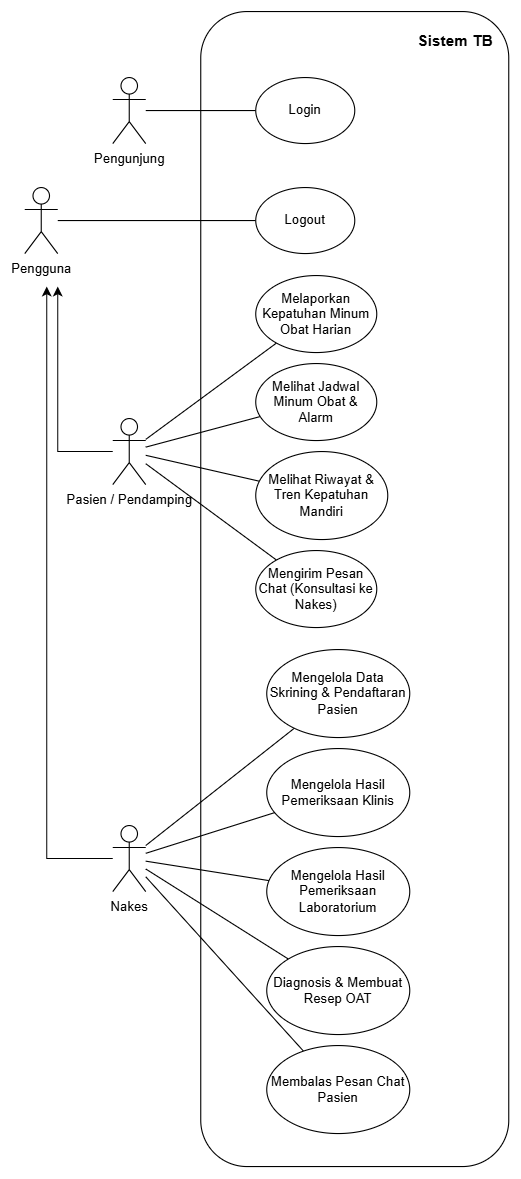
novandrawichdafarun/sistem-informasi-tuberkulosis keeps this draw.io diagram as docs/Use Case Diagram Sistem TB.drawio.png. Above is the earlier version. Source tidied: cells renumbered, new cells last; positions are measured from the earlier drawing's top-left corner, leaving out a move shared by most shapes. Its diagram source:
```xml
<mxGraphModel>
  <root>
    <mxCell id="0" />
    <mxCell id="1" parent="0" />
    <mxCell id="2" value="&lt;font style=&quot;font-size: 14px;&quot;&gt;&lt;b&gt;Sistem TB&lt;/b&gt;&lt;/font&gt;" style="rounded=1;whiteSpace=wrap;html=1;gradientColor=none;perimeterSpacing=20;strokeWidth=1;shadow=0;glass=0;align=right;fontFamily=Helvetica;horizontal=1;verticalAlign=top;labelPosition=center;verticalLabelPosition=middle;spacing=14;" parent="1" vertex="1">
      <mxGeometry x="160" width="280" height="1050" as="geometry" />
    </mxCell>
    <mxCell id="3" style="edgeStyle=orthogonalEdgeStyle;rounded=0;jettySize=auto;html=1;strokeWidth=1;endArrow=none;endFill=0;" parent="1" edge="1" source="4" target="5">
      <mxGeometry relative="1" as="geometry" />
    </mxCell>
    <mxCell id="4" value="&lt;font&gt;Pengunjung&lt;/font&gt;" style="shape=umlActor;verticalLabelPosition=bottom;verticalAlign=top;html=1;outlineConnect=0;strokeWidth=1;" parent="1" vertex="1">
      <mxGeometry x="80" y="60" width="30" height="60" as="geometry" />
    </mxCell>
    <mxCell id="5" value="Login" style="ellipse;whiteSpace=wrap;html=1;strokeWidth=1;" parent="1" vertex="1">
      <mxGeometry x="210" y="60" width="90" height="60" as="geometry" />
    </mxCell>
    <mxCell id="6" style="edgeStyle=orthogonalEdgeStyle;rounded=0;jettySize=auto;html=1;endArrow=none;endFill=0;" parent="1" edge="1" source="7" target="8">
      <mxGeometry relative="1" as="geometry" />
    </mxCell>
    <mxCell id="7" value="&lt;font&gt;Pengguna&lt;/font&gt;" style="shape=umlActor;verticalLabelPosition=bottom;verticalAlign=top;html=1;outlineConnect=0;strokeWidth=1;" parent="1" vertex="1">
      <mxGeometry y="160" width="30" height="60" as="geometry" />
    </mxCell>
    <mxCell id="8" value="Logout" style="ellipse;whiteSpace=wrap;html=1;strokeWidth=1;" parent="1" vertex="1">
      <mxGeometry x="210" y="160" width="90" height="60" as="geometry" />
    </mxCell>
    <mxCell id="9" style="rounded=0;jettySize=auto;html=1;endArrow=none;endFill=0;" parent="1" edge="1" source="14" target="15">
      <mxGeometry relative="1" as="geometry" />
    </mxCell>
    <mxCell id="10" style="edgeStyle=orthogonalEdgeStyle;rounded=0;jettySize=auto;html=1;" parent="1" edge="1" source="14">
      <mxGeometry relative="1" as="geometry">
        <mxPoint x="30" y="250" as="targetPoint" />
      </mxGeometry>
    </mxCell>
    <mxCell id="11" style="rounded=0;jettySize=auto;html=1;endArrow=none;endFill=0;" parent="1" edge="1" source="14" target="16">
      <mxGeometry relative="1" as="geometry" />
    </mxCell>
    <mxCell id="12" style="rounded=0;jettySize=auto;html=1;endArrow=none;endFill=0;" parent="1" edge="1" source="14" target="17">
      <mxGeometry relative="1" as="geometry" />
    </mxCell>
    <mxCell id="13" style="rounded=0;jettySize=auto;html=1;endArrow=none;endFill=0;" parent="1" edge="1" source="14" target="18">
      <mxGeometry relative="1" as="geometry" />
    </mxCell>
    <mxCell id="14" value="&lt;font&gt;Pasien / Pendamping&lt;/font&gt;" style="shape=umlActor;verticalLabelPosition=bottom;verticalAlign=top;html=1;outlineConnect=0;strokeWidth=1;" parent="1" vertex="1">
      <mxGeometry x="80" y="370" width="30" height="60" as="geometry" />
    </mxCell>
    <mxCell id="15" value="Melaporkan Kepatuhan Minum Obat Harian" style="ellipse;whiteSpace=wrap;html=1;strokeWidth=1;" parent="1" vertex="1">
      <mxGeometry x="210" y="240" width="110" height="70" as="geometry" />
    </mxCell>
    <mxCell id="16" value="Melihat Jadwal Minum Obat &amp;amp; Alarm" style="ellipse;whiteSpace=wrap;html=1;strokeWidth=1;" parent="1" vertex="1">
      <mxGeometry x="210" y="320" width="110" height="70" as="geometry" />
    </mxCell>
    <mxCell id="17" value="Melihat Riwayat &amp;amp; Tren Kepatuhan Mandiri" style="ellipse;whiteSpace=wrap;html=1;strokeWidth=1;" parent="1" vertex="1">
      <mxGeometry x="210" y="400" width="120" height="80" as="geometry" />
    </mxCell>
    <mxCell id="18" value="Mengirim Pesan Chat (Konsultasi ke Nakes)" style="ellipse;whiteSpace=wrap;html=1;strokeWidth=1;" parent="1" vertex="1">
      <mxGeometry x="210" y="490" width="110" height="70" as="geometry" />
    </mxCell>
    <mxCell id="19" style="rounded=0;jettySize=auto;html=1;endArrow=none;endFill=0;" parent="1" edge="1" source="25" target="26">
      <mxGeometry relative="1" as="geometry" />
    </mxCell>
    <mxCell id="20" style="rounded=0;jettySize=auto;html=1;endArrow=none;endFill=0;" parent="1" edge="1" source="25" target="27">
      <mxGeometry relative="1" as="geometry" />
    </mxCell>
    <mxCell id="21" style="rounded=0;jettySize=auto;html=1;endArrow=none;endFill=0;" parent="1" edge="1" source="25" target="28">
      <mxGeometry relative="1" as="geometry" />
    </mxCell>
    <mxCell id="22" style="rounded=0;jettySize=auto;html=1;endArrow=none;endFill=0;" parent="1" edge="1" source="25" target="29">
      <mxGeometry relative="1" as="geometry" />
    </mxCell>
    <mxCell id="23" style="rounded=0;jettySize=auto;html=1;endArrow=none;endFill=0;" parent="1" edge="1" source="25" target="30">
      <mxGeometry relative="1" as="geometry" />
    </mxCell>
    <mxCell id="24" style="edgeStyle=orthogonalEdgeStyle;rounded=0;jettySize=auto;html=1;" parent="1" edge="1" source="25">
      <mxGeometry relative="1" as="geometry">
        <mxPoint x="20" y="250" as="targetPoint" />
      </mxGeometry>
    </mxCell>
    <mxCell id="25" value="&lt;font&gt;Nakes&lt;/font&gt;" style="shape=umlActor;verticalLabelPosition=bottom;verticalAlign=top;html=1;outlineConnect=0;strokeWidth=1;" parent="1" vertex="1">
      <mxGeometry x="80" y="740" width="30" height="60" as="geometry" />
    </mxCell>
    <mxCell id="26" value="Mengelola Data Skrining &amp;amp; Pendaftaran Pasien" style="ellipse;whiteSpace=wrap;html=1;strokeWidth=1;" parent="1" vertex="1">
      <mxGeometry x="220" y="580" width="130" height="80" as="geometry" />
    </mxCell>
    <mxCell id="27" value="Mengelola Hasil Pemeriksaan Klinis" style="ellipse;whiteSpace=wrap;html=1;strokeWidth=1;" parent="1" vertex="1">
      <mxGeometry x="220" y="670" width="130" height="80" as="geometry" />
    </mxCell>
    <mxCell id="28" value="Mengelola Hasil Pemeriksaan Laboratorium" style="ellipse;whiteSpace=wrap;html=1;strokeWidth=1;" parent="1" vertex="1">
      <mxGeometry x="220" y="760" width="130" height="80" as="geometry" />
    </mxCell>
    <mxCell id="29" value="Diagnosis &amp;amp; Membuat Resep OAT" style="ellipse;whiteSpace=wrap;html=1;strokeWidth=1;" parent="1" vertex="1">
      <mxGeometry x="220" y="850" width="130" height="80" as="geometry" />
    </mxCell>
    <mxCell id="30" value="Membalas Pesan Chat Pasien" style="ellipse;whiteSpace=wrap;html=1;strokeWidth=1;" parent="1" vertex="1">
      <mxGeometry x="220" y="940" width="130" height="80" as="geometry" />
    </mxCell>
  </root>
</mxGraphModel>
```
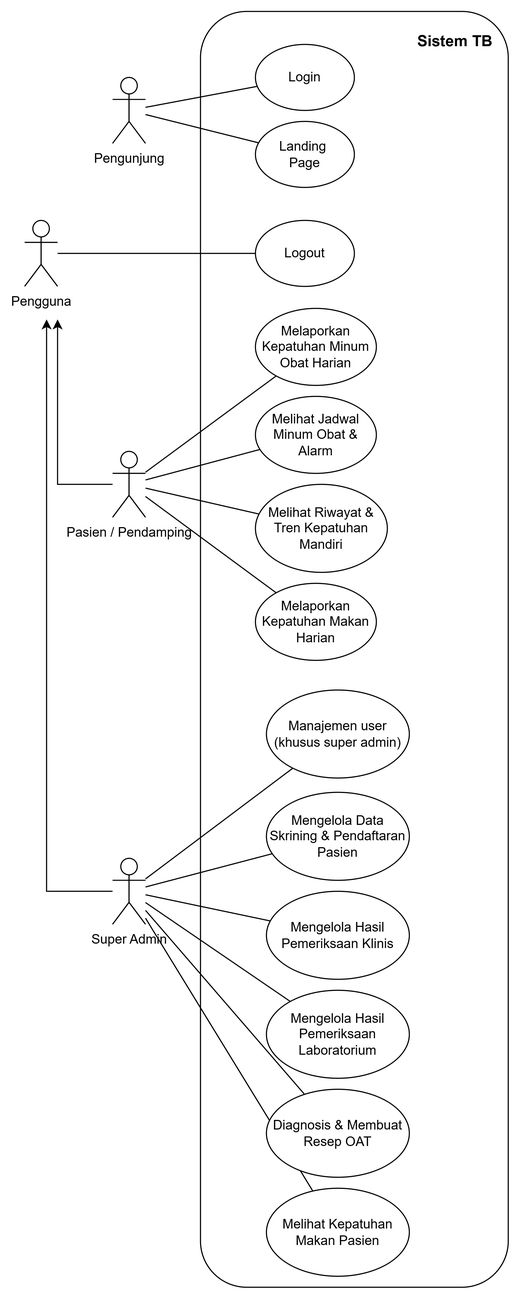
The same file after the commit.

The edit, as a diff of the source:
```diff
@@ -3,95 +3,107 @@
     <mxCell id="0" />
     <mxCell id="1" parent="0" />
     <mxCell id="2" value="&lt;font style=&quot;font-size: 14px;&quot;&gt;&lt;b&gt;Sistem TB&lt;/b&gt;&lt;/font&gt;" style="rounded=1;whiteSpace=wrap;html=1;gradientColor=none;perimeterSpacing=20;strokeWidth=1;shadow=0;glass=0;align=right;fontFamily=Helvetica;horizontal=1;verticalAlign=top;labelPosition=center;verticalLabelPosition=middle;spacing=14;" parent="1" vertex="1">
-      <mxGeometry x="160" width="280" height="1050" as="geometry" />
+      <mxGeometry x="160" width="280" height="1160" as="geometry" />
     </mxCell>
-    <mxCell id="3" style="edgeStyle=orthogonalEdgeStyle;rounded=0;jettySize=auto;html=1;strokeWidth=1;endArrow=none;endFill=0;" parent="1" edge="1" source="4" target="5">
+    <mxCell id="3" style="rounded=0;jettySize=auto;html=1;strokeWidth=1;endArrow=none;endFill=0;" parent="1" edge="1" source="4" target="5">
       <mxGeometry relative="1" as="geometry" />
     </mxCell>
+    <mxCell id="31" style="edgeStyle=none;curved=1;rounded=0;jettySize=auto;html=1;fontSize=12;startSize=8;endSize=8;endArrow=none;endFill=0;" parent="1" edge="1" source="4" target="45">
+      <mxGeometry relative="1" as="geometry" />
+    </mxCell>
     <mxCell id="4" value="&lt;font&gt;Pengunjung&lt;/font&gt;" style="shape=umlActor;verticalLabelPosition=bottom;verticalAlign=top;html=1;outlineConnect=0;strokeWidth=1;" parent="1" vertex="1">
       <mxGeometry x="80" y="60" width="30" height="60" as="geometry" />
     </mxCell>
     <mxCell id="5" value="Login" style="ellipse;whiteSpace=wrap;html=1;strokeWidth=1;" parent="1" vertex="1">
-      <mxGeometry x="210" y="60" width="90" height="60" as="geometry" />
+      <mxGeometry x="210" y="30" width="90" height="60" as="geometry" />
     </mxCell>
     <mxCell id="6" style="edgeStyle=orthogonalEdgeStyle;rounded=0;jettySize=auto;html=1;endArrow=none;endFill=0;" parent="1" edge="1" source="7" target="8">
       <mxGeometry relative="1" as="geometry" />
     </mxCell>
     <mxCell id="7" value="&lt;font&gt;Pengguna&lt;/font&gt;" style="shape=umlActor;verticalLabelPosition=bottom;verticalAlign=top;html=1;outlineConnect=0;strokeWidth=1;" parent="1" vertex="1">
-      <mxGeometry y="160" width="30" height="60" as="geometry" />
+      <mxGeometry y="190" width="30" height="60" as="geometry" />
     </mxCell>
     <mxCell id="8" value="Logout" style="ellipse;whiteSpace=wrap;html=1;strokeWidth=1;" parent="1" vertex="1">
-      <mxGeometry x="210" y="160" width="90" height="60" as="geometry" />
+      <mxGeometry x="210" y="190" width="90" height="60" as="geometry" />
     </mxCell>
     <mxCell id="9" style="rounded=0;jettySize=auto;html=1;endArrow=none;endFill=0;" parent="1" edge="1" source="14" target="15">
       <mxGeometry relative="1" as="geometry" />
     </mxCell>
-    <mxCell id="10" style="edgeStyle=orthogonalEdgeStyle;rounded=0;jettySize=auto;html=1;" parent="1" edge="1" source="14">
-      <mxGeometry relative="1" as="geometry">
-        <mxPoint x="30" y="250" as="targetPoint" />
-      </mxGeometry>
-    </mxCell>
+    <mxCell id="32" style="edgeStyle=orthogonalEdgeStyle;rounded=0;jettySize=auto;html=1;" parent="1" edge="1" source="14">
+      <mxGeometry relative="1" as="geometry">
+        <mxPoint x="30" y="280" as="targetPoint" />
+      </mxGeometry>
+    </mxCell>
     <mxCell id="11" style="rounded=0;jettySize=auto;html=1;endArrow=none;endFill=0;" parent="1" edge="1" source="14" target="16">
       <mxGeometry relative="1" as="geometry" />
     </mxCell>
     <mxCell id="12" style="rounded=0;jettySize=auto;html=1;endArrow=none;endFill=0;" parent="1" edge="1" source="14" target="17">
       <mxGeometry relative="1" as="geometry" />
     </mxCell>
-    <mxCell id="13" style="rounded=0;jettySize=auto;html=1;endArrow=none;endFill=0;" parent="1" edge="1" source="14" target="18">
-      <mxGeometry relative="1" as="geometry" />
-    </mxCell>
+    <mxCell id="33" style="rounded=0;jettySize=auto;html=1;endArrow=none;endFill=0;" parent="1" edge="1" source="14" target="34">
+      <mxGeometry relative="1" as="geometry" />
+    </mxCell>
     <mxCell id="14" value="&lt;font&gt;Pasien / Pendamping&lt;/font&gt;" style="shape=umlActor;verticalLabelPosition=bottom;verticalAlign=top;html=1;outlineConnect=0;strokeWidth=1;" parent="1" vertex="1">
-      <mxGeometry x="80" y="370" width="30" height="60" as="geometry" />
+      <mxGeometry x="80" y="400" width="30" height="60" as="geometry" />
     </mxCell>
     <mxCell id="15" value="Melaporkan Kepatuhan Minum Obat Harian" style="ellipse;whiteSpace=wrap;html=1;strokeWidth=1;" parent="1" vertex="1">
-      <mxGeometry x="210" y="240" width="110" height="70" as="geometry" />
+      <mxGeometry x="210" y="270" width="110" height="70" as="geometry" />
     </mxCell>
     <mxCell id="16" value="Melihat Jadwal Minum Obat &amp;amp; Alarm" style="ellipse;whiteSpace=wrap;html=1;strokeWidth=1;" parent="1" vertex="1">
-      <mxGeometry x="210" y="320" width="110" height="70" as="geometry" />
+      <mxGeometry x="210" y="350" width="110" height="70" as="geometry" />
     </mxCell>
     <mxCell id="17" value="Melihat Riwayat &amp;amp; Tren Kepatuhan Mandiri" style="ellipse;whiteSpace=wrap;html=1;strokeWidth=1;" parent="1" vertex="1">
-      <mxGeometry x="210" y="400" width="120" height="80" as="geometry" />
+      <mxGeometry x="210" y="430" width="120" height="80" as="geometry" />
     </mxCell>
-    <mxCell id="18" value="Mengirim Pesan Chat (Konsultasi ke Nakes)" style="ellipse;whiteSpace=wrap;html=1;strokeWidth=1;" parent="1" vertex="1">
-      <mxGeometry x="210" y="490" width="110" height="70" as="geometry" />
-    </mxCell>
-    <mxCell id="19" style="rounded=0;jettySize=auto;html=1;endArrow=none;endFill=0;" parent="1" edge="1" source="25" target="26">
-      <mxGeometry relative="1" as="geometry" />
-    </mxCell>
-    <mxCell id="20" style="rounded=0;jettySize=auto;html=1;endArrow=none;endFill=0;" parent="1" edge="1" source="25" target="27">
-      <mxGeometry relative="1" as="geometry" />
-    </mxCell>
-    <mxCell id="21" style="rounded=0;jettySize=auto;html=1;endArrow=none;endFill=0;" parent="1" edge="1" source="25" target="28">
-      <mxGeometry relative="1" as="geometry" />
-    </mxCell>
-    <mxCell id="22" style="rounded=0;jettySize=auto;html=1;endArrow=none;endFill=0;" parent="1" edge="1" source="25" target="29">
-      <mxGeometry relative="1" as="geometry" />
-    </mxCell>
-    <mxCell id="23" style="rounded=0;jettySize=auto;html=1;endArrow=none;endFill=0;" parent="1" edge="1" source="25" target="30">
-      <mxGeometry relative="1" as="geometry" />
-    </mxCell>
-    <mxCell id="24" style="edgeStyle=orthogonalEdgeStyle;rounded=0;jettySize=auto;html=1;" parent="1" edge="1" source="25">
-      <mxGeometry relative="1" as="geometry">
-        <mxPoint x="20" y="250" as="targetPoint" />
-      </mxGeometry>
-    </mxCell>
-    <mxCell id="25" value="&lt;font&gt;Nakes&lt;/font&gt;" style="shape=umlActor;verticalLabelPosition=bottom;verticalAlign=top;html=1;outlineConnect=0;strokeWidth=1;" parent="1" vertex="1">
-      <mxGeometry x="80" y="740" width="30" height="60" as="geometry" />
-    </mxCell>
+    <mxCell id="34" value="Melaporkan Kepatuhan Makan Harian" style="ellipse;whiteSpace=wrap;html=1;strokeWidth=1;" parent="1" vertex="1">
+      <mxGeometry x="210" y="520" width="110" height="70" as="geometry" />
+    </mxCell>
+    <mxCell id="35" style="rounded=0;jettySize=auto;html=1;endArrow=none;endFill=0;" parent="1" edge="1" source="42" target="26">
+      <mxGeometry relative="1" as="geometry" />
+    </mxCell>
+    <mxCell id="36" style="rounded=0;jettySize=auto;html=1;endArrow=none;endFill=0;" parent="1" edge="1" source="42" target="27">
+      <mxGeometry relative="1" as="geometry" />
+    </mxCell>
+    <mxCell id="37" style="rounded=0;jettySize=auto;html=1;endArrow=none;endFill=0;" parent="1" edge="1" source="42" target="28">
+      <mxGeometry relative="1" as="geometry" />
+    </mxCell>
+    <mxCell id="38" style="rounded=0;jettySize=auto;html=1;endArrow=none;endFill=0;" parent="1" edge="1" source="42" target="29">
+      <mxGeometry relative="1" as="geometry" />
+    </mxCell>
+    <mxCell id="39" style="rounded=0;jettySize=auto;html=1;endArrow=none;endFill=0;" parent="1" edge="1" source="42" target="43">
+      <mxGeometry relative="1" as="geometry" />
+    </mxCell>
+    <mxCell id="40" style="edgeStyle=orthogonalEdgeStyle;rounded=0;jettySize=auto;html=1;" parent="1" edge="1" source="42">
+      <mxGeometry relative="1" as="geometry">
+        <mxPoint x="20" y="280" as="targetPoint" />
+      </mxGeometry>
+    </mxCell>
+    <mxCell id="41" style="edgeStyle=none;curved=1;rounded=0;jettySize=auto;html=1;fontSize=12;startSize=8;endSize=8;endArrow=none;endFill=0;" parent="1" edge="1" source="42" target="44">
+      <mxGeometry relative="1" as="geometry" />
+    </mxCell>
+    <mxCell id="42" value="&lt;font&gt;Super Admin&lt;/font&gt;" style="shape=umlActor;verticalLabelPosition=bottom;verticalAlign=top;html=1;outlineConnect=0;strokeWidth=1;" parent="1" vertex="1">
+      <mxGeometry x="80" y="770" width="30" height="60" as="geometry" />
+    </mxCell>
     <mxCell id="26" value="Mengelola Data Skrining &amp;amp; Pendaftaran Pasien" style="ellipse;whiteSpace=wrap;html=1;strokeWidth=1;" parent="1" vertex="1">
-      <mxGeometry x="220" y="580" width="130" height="80" as="geometry" />
+      <mxGeometry x="220" y="710" width="130" height="80" as="geometry" />
     </mxCell>
     <mxCell id="27" value="Mengelola Hasil Pemeriksaan Klinis" style="ellipse;whiteSpace=wrap;html=1;strokeWidth=1;" parent="1" vertex="1">
-      <mxGeometry x="220" y="670" width="130" height="80" as="geometry" />
+      <mxGeometry x="220" y="800" width="130" height="80" as="geometry" />
     </mxCell>
     <mxCell id="28" value="Mengelola Hasil Pemeriksaan Laboratorium" style="ellipse;whiteSpace=wrap;html=1;strokeWidth=1;" parent="1" vertex="1">
-      <mxGeometry x="220" y="760" width="130" height="80" as="geometry" />
+      <mxGeometry x="220" y="890" width="130" height="80" as="geometry" />
     </mxCell>
     <mxCell id="29" value="Diagnosis &amp;amp; Membuat Resep OAT" style="ellipse;whiteSpace=wrap;html=1;strokeWidth=1;" parent="1" vertex="1">
-      <mxGeometry x="220" y="850" width="130" height="80" as="geometry" />
+      <mxGeometry x="220" y="980" width="130" height="80" as="geometry" />
     </mxCell>
-    <mxCell id="30" value="Membalas Pesan Chat Pasien" style="ellipse;whiteSpace=wrap;html=1;strokeWidth=1;" parent="1" vertex="1">
-      <mxGeometry x="220" y="940" width="130" height="80" as="geometry" />
-    </mxCell>
+    <mxCell id="43" value="Melihat Kepatuhan Makan Pasien" style="ellipse;whiteSpace=wrap;html=1;strokeWidth=1;" parent="1" vertex="1">
+      <mxGeometry x="220" y="1070" width="130" height="80" as="geometry" />
+    </mxCell>
+    <mxCell id="44" value="Manajemen user (khusus super admin)" style="ellipse;whiteSpace=wrap;html=1;strokeWidth=1;" parent="1" vertex="1">
+      <mxGeometry x="220" y="617" width="130" height="80" as="geometry" />
+    </mxCell>
+    <mxCell id="45" value="Landing&amp;nbsp;&lt;div&gt;Page&lt;/div&gt;" style="ellipse;whiteSpace=wrap;html=1;strokeWidth=1;" parent="1" vertex="1">
+      <mxGeometry x="210" y="100" width="90" height="60" as="geometry" />
+    </mxCell>
   </root>
 </mxGraphModel>
```
